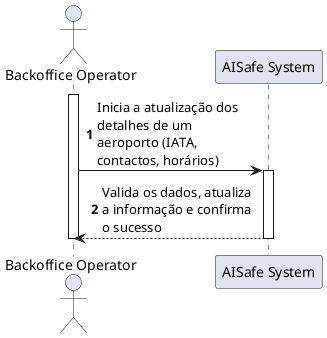
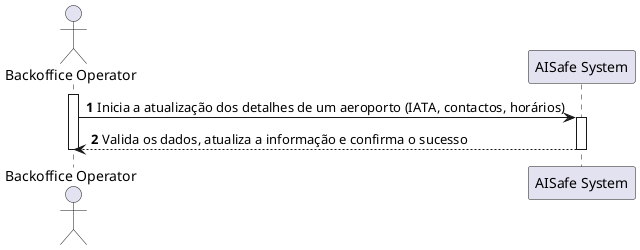
@startuml
autonumber
- skinparam maxMessageSize 150

actor "Backoffice Operator" as Admin
participant "AISafe System" as System

activate Admin
Admin -> System : Inicia a atualização dos detalhes de um aeroporto (IATA, contactos, horários)
activate System

System --> Admin : Valida os dados, atualiza a informação e confirma o sucesso
deactivate System
deactivate Admin
@enduml